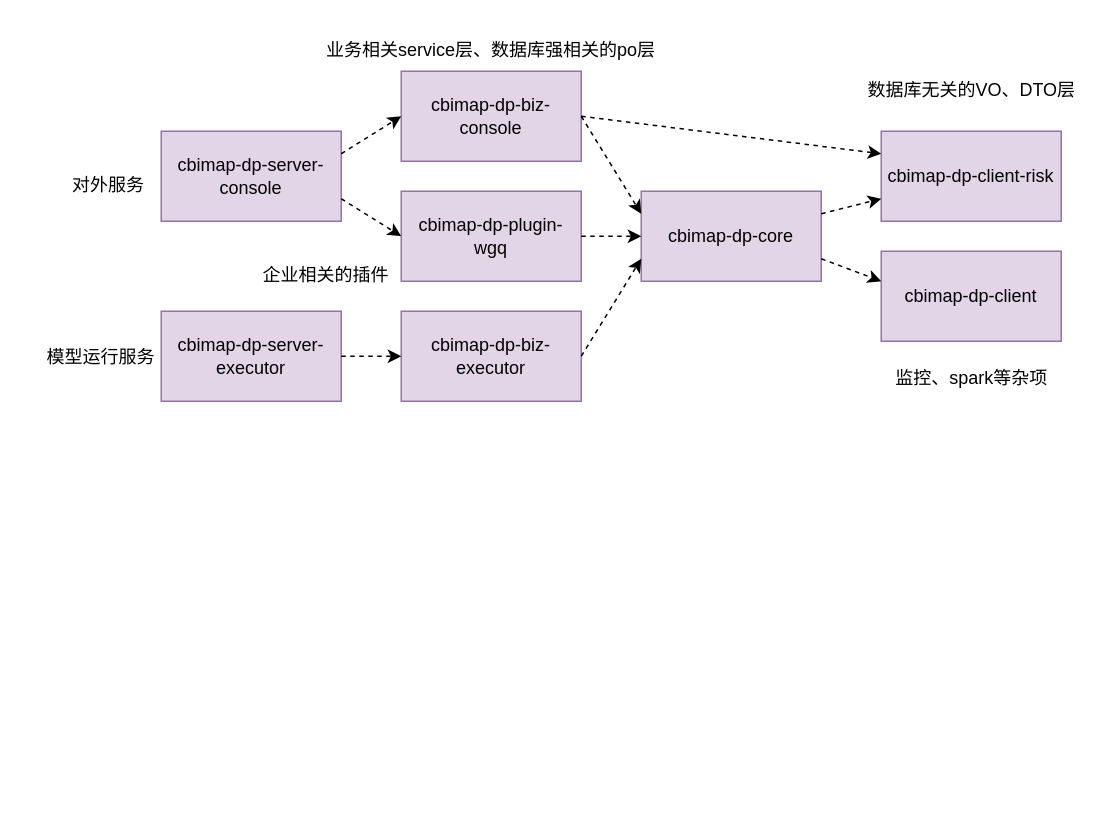
Above: YiTongRiskControl.drawio in SlidingEagle/draw.io (draw.io), before the change. Source tidied: cells renumbered, new cells numbered last; positions are measured from the earlier drawing's top-left corner, leaving out a move shared by most shapes. Both pictures are drawn from the tidied source at 150%, with x=0, y=0 at pixel (26, 26).
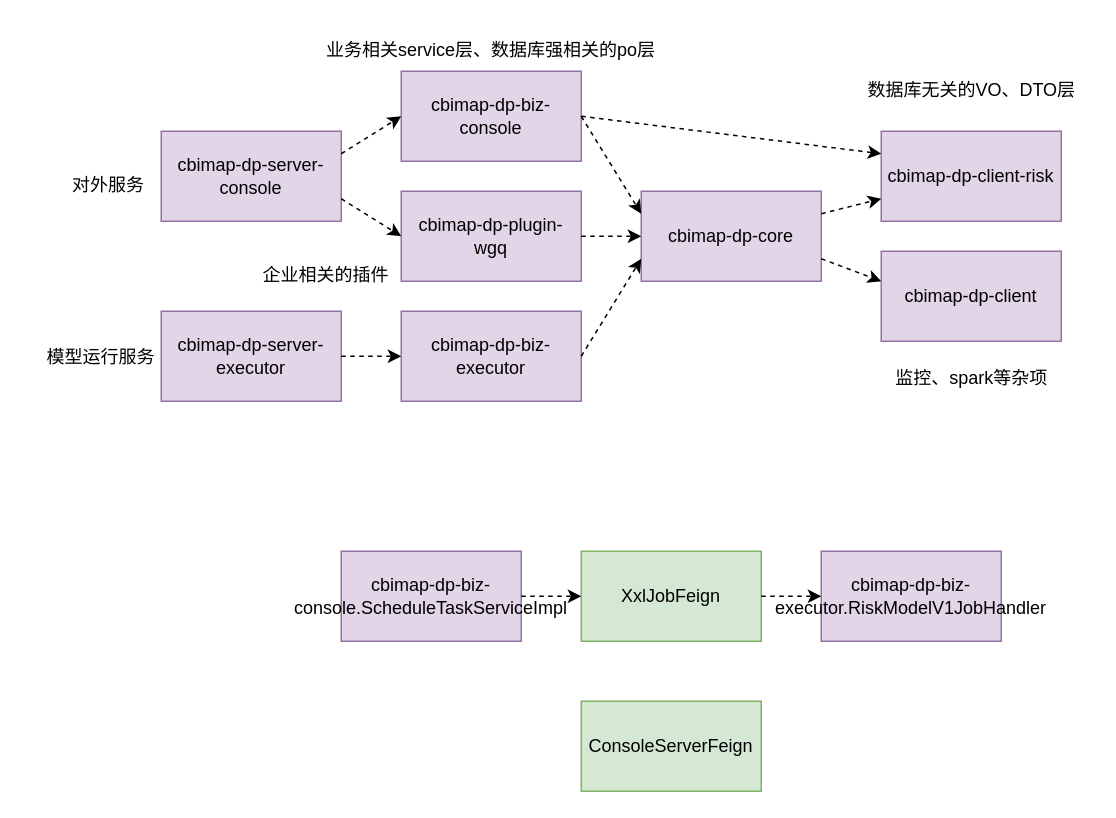
The same page after the edit.

Change to the diagram source:
```diff
@@
+    <mxCell id="25" value="XxlJobFeign" style="rounded=0;whiteSpace=wrap;html=1;fillColor=#d5e8d4;strokeColor=#82b366;" parent="1" vertex="1">
+      <mxGeometry x="370" y="350" width="120" height="60" as="geometry" />
+    </mxCell>
+    <mxCell id="26" value="ConsoleServerFeign" style="rounded=0;whiteSpace=wrap;html=1;fillColor=#d5e8d4;strokeColor=#82b366;" parent="1" vertex="1">
+      <mxGeometry x="370" y="450" width="120" height="60" as="geometry" />
+    </mxCell>
+    <mxCell id="27" value="cbimap-dp-biz-console.ScheduleTaskServiceImpl" style="rounded=0;whiteSpace=wrap;html=1;fillColor=#e1d5e7;strokeColor=#9673a6;" parent="1" vertex="1">
+      <mxGeometry x="210" y="350" width="120" height="60" as="geometry" />
+    </mxCell>
+    <mxCell id="28" style="endArrow=classic;html=1;rounded=0;entryX=0;entryY=0.5;entryDx=0;entryDy=0;dashed=1;exitX=1;exitY=0.5;exitDx=0;exitDy=0;" parent="1" edge="1" source="27" target="25">
+      <mxGeometry relative="1" as="geometry" />
+    </mxCell>
+    <mxCell id="29" value="cbimap-dp-biz-executor.RiskModelV1JobHandler" style="rounded=0;whiteSpace=wrap;html=1;fillColor=#e1d5e7;strokeColor=#9673a6;" parent="1" vertex="1">
+      <mxGeometry x="530" y="350" width="120" height="60" as="geometry" />
+    </mxCell>
+    <mxCell id="30" style="endArrow=classic;html=1;rounded=0;entryX=0;entryY=0.5;entryDx=0;entryDy=0;dashed=1;exitX=1;exitY=0.5;exitDx=0;exitDy=0;" parent="1" edge="1" source="25" target="29">
+      <mxGeometry relative="1" as="geometry" />
+    </mxCell>
```
